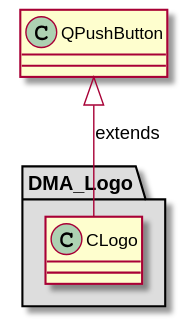
svlad-90/DLT-Message-Analyzer keeps this PlantUML diagram as md/dev_docs/puml/DMA_Logo_standalone.svg. Above is the earlier version. Source of this version:
```plantuml
@startuml

skinparam wrapWidth 600
package "DMA_Logo" #DDDDDD
{

class "CLogo"
{
}

}

QPushButton <|-- CLogo : extends

@enduml
```
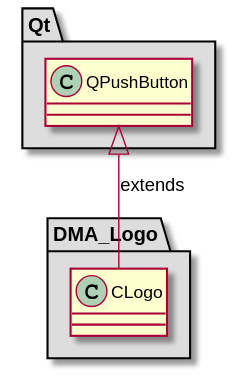
After the commit.

The edit, as a diff of the source:
```diff
@@ -10,6 +10,15 @@
 
 }
 
+package "Qt" #DDDDDD
+{
+
+class "QPushButton"
+{
+}
+
+}
+
 QPushButton <|-- CLogo : extends
 
 @enduml
```
